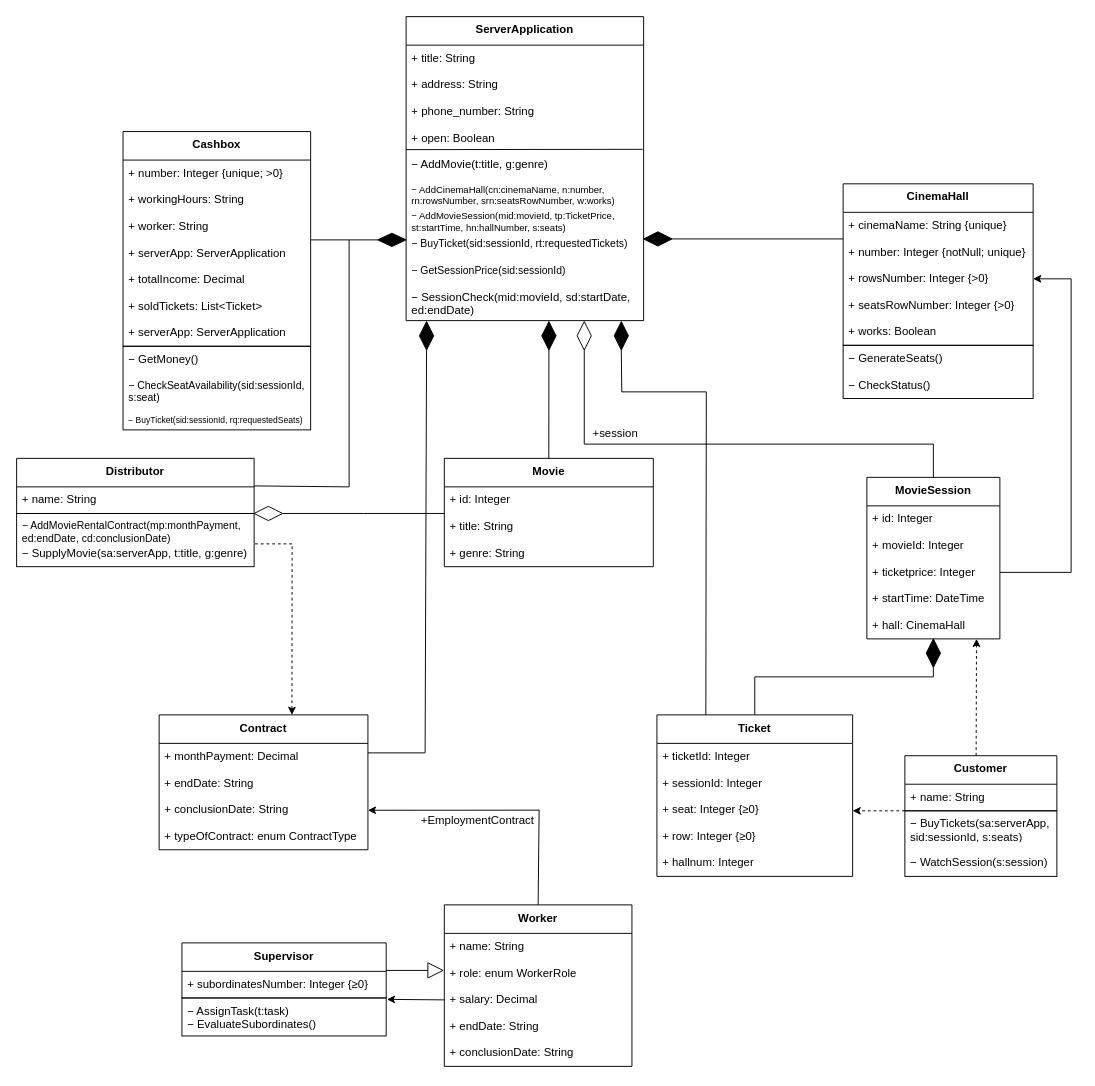
The draw.io diagram Диаграмма классов.drawio in ANDaniell/-design-practice, before the edit. Source tidied: cells renumbered, new cells numbered last; positions are measured from the earlier drawing's top-left corner, leaving out a move shared by most shapes. Both pictures are drawn from the tidied source at 95%, with x=0, y=0 at pixel (16, 16).
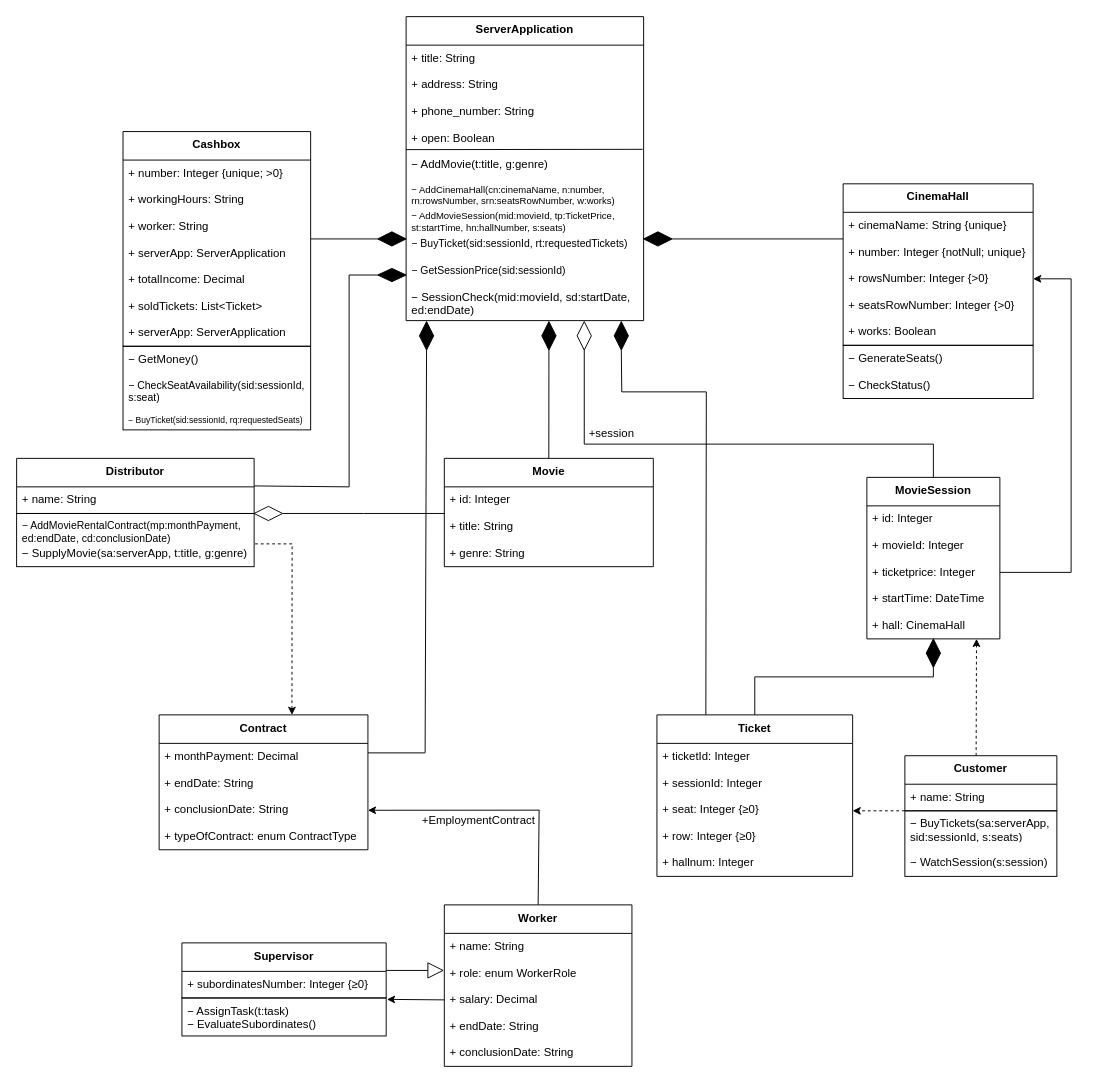
Above is the later version.

The change refers to these unchanged cells:
```xml
<mxCell id="54" value="Distributor" style="swimlane;fontStyle=1;align=center;verticalAlign=top;horizontal=1;startSize=30;" parent="1" vertex="1">
  <mxGeometry y="465" width="250" height="58" as="geometry" />
</mxCell>
<mxCell id="60" value="Cashbox" style="swimlane;fontStyle=1;align=center;verticalAlign=top;horizontal=1;startSize=30;" parent="1" vertex="1">
  <mxGeometry x="112" y="121" width="197.5" height="226" as="geometry" />
</mxCell>
```

The edit, as a diff of the source:
```diff
@@
     <mxCell id="93" value="+session" style="edgeLabel;html=1;align=center;verticalAlign=middle;fontSize=12;" parent="1" vertex="1">
-      <mxGeometry x="617" y="438" as="geometry">
+      <mxGeometry x="613" y="438" as="geometry">
         <mxPoint x="12" as="offset" />
       </mxGeometry>
     </mxCell>
     <mxCell id="94" style="rhombus;whiteSpace=wrap;html=1;gradientColor=none;fillStyle=auto;fillColor=#000000;direction=west;" parent="1" vertex="1">
-      <mxGeometry x="380" y="228" width="30" height="14" as="geometry" />
+      <mxGeometry x="380" y="265" width="30" height="14" as="geometry" />
     </mxCell>
@@
     <mxCell id="96" style="endArrow=none;html=1;rounded=0;entryX=1;entryY=0.5;entryDx=0;entryDy=0;exitX=1;exitY=0.5;exitDx=0;exitDy=0;" parent="1" edge="1" source="94" target="54">
       <mxGeometry relative="1" as="geometry">
         <Array as="points">
-          <mxPoint x="350" y="235" />
+          <mxPoint x="350" y="272" />
           <mxPoint x="350" y="495" />
         </Array>
       </mxGeometry>
     </mxCell>
     <mxCell id="97" value="+EmploymentContract" style="edgeLabel;html=1;align=center;verticalAlign=middle;fontSize=12;" parent="1" vertex="1">
-      <mxGeometry x="472" y="845" as="geometry">
+      <mxGeometry x="473" y="845" as="geometry">
         <mxPoint x="12" as="offset" />
       </mxGeometry>
     </mxCell>
@@
-    <mxCell id="100" style="endArrow=none;html=1;rounded=0;" parent="1" edge="1">
-      <mxGeometry relative="1" as="geometry">
-        <mxPoint x="310" y="235" as="sourcePoint" />
-        <mxPoint x="350" y="235" as="targetPoint" />
-      </mxGeometry>
-    </mxCell>
@@
+    <mxCell id="106" style="rhombus;whiteSpace=wrap;html=1;gradientColor=none;fillStyle=auto;fillColor=#000000;direction=east;" parent="1" vertex="1">
+      <mxGeometry x="380" y="226.5" width="30" height="15" as="geometry" />
+    </mxCell>
+    <mxCell id="107" style="endArrow=none;html=1;rounded=0;exitX=0;exitY=0.5;exitDx=0;exitDy=0;entryX=1;entryY=0.5;entryDx=0;entryDy=0;" parent="1" edge="1" source="106" target="60">
+      <mxGeometry relative="1" as="geometry" />
+    </mxCell>
```
